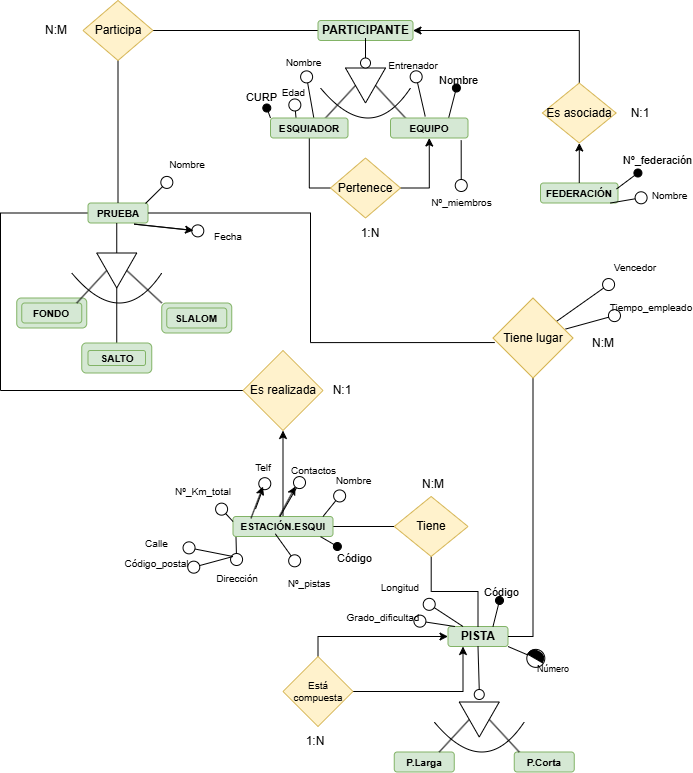
The draw.io diagram Data Base/OlimpiadasDeInvierno.drawio.png in Samue45/1-DAM, before a commit. Source tidied: cells renumbered, new cells last; positions are measured from the earlier drawing's top-left corner, leaving out a move shared by most shapes.
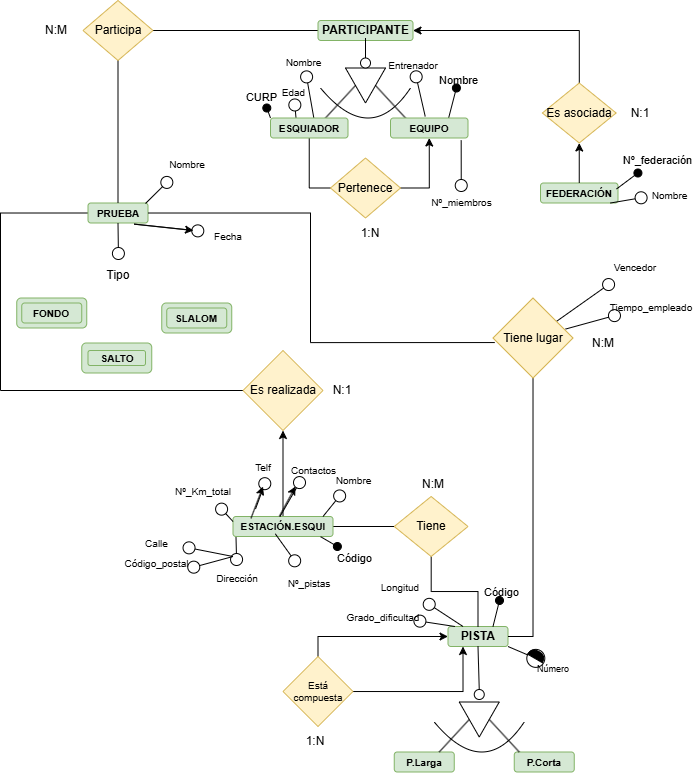
Above is the later version.

What changed in the source:
```diff
@@ -32,17 +32,6 @@
     <mxCell id="11" value="&lt;b&gt;FONDO&lt;/b&gt;" style="rounded=1;whiteSpace=wrap;html=1;fillColor=#d5e8d4;strokeColor=#82b366;fontSize=10;" parent="1" vertex="1">
       <mxGeometry x="21.2" y="302.5" width="60" height="20" as="geometry" />
     </mxCell>
-    <mxCell id="12" style="edgeStyle=orthogonalEdgeStyle;rounded=0;jettySize=auto;html=1;entryX=0.5;entryY=0;entryDx=0;entryDy=0;endArrow=none;endFill=0;" parent="1" edge="1" source="13" target="20">
-      <mxGeometry relative="1" as="geometry" />
-    </mxCell>
-    <mxCell id="13" style="triangle;whiteSpace=wrap;html=1;rotation=90;fontSize=11;" parent="1" vertex="1">
-      <mxGeometry x="98.8" y="250" width="35" height="40" as="geometry" />
-    </mxCell>
-    <mxCell id="14" style="endArrow=none;html=1;rounded=0;fontSize=11;entryX=0.5;entryY=1;entryDx=0;entryDy=0;" parent="1" edge="1" target="13">
-      <mxGeometry relative="1" as="geometry">
-        <mxPoint x="76.2" y="302.5" as="sourcePoint" />
-      </mxGeometry>
-    </mxCell>
     <mxCell id="15" style="edgeStyle=orthogonalEdgeStyle;rounded=0;jettySize=auto;html=1;entryX=0;entryY=0.5;entryDx=0;entryDy=0;endArrow=none;endFill=0;exitX=0;exitY=0.5;exitDx=0;exitDy=0;" parent="1" edge="1" source="16" target="107">
       <mxGeometry relative="1" as="geometry">
         <Array as="points">
@@ -55,23 +44,6 @@
     <mxCell id="16" value="&lt;b style=&quot;font-size: 10px;&quot;&gt;PRUEBA&lt;/b&gt;" style="rounded=1;whiteSpace=wrap;html=1;fillColor=#d5e8d4;strokeColor=#82b366;" parent="1" vertex="1">
       <mxGeometry x="87.5" y="202.5" width="60" height="20" as="geometry" />
     </mxCell>
-    <mxCell id="17" style="endArrow=none;html=1;rounded=0;exitX=0;exitY=0.5;exitDx=0;exitDy=0;" parent="1" edge="1" source="13">
-      <mxGeometry relative="1" as="geometry">
-        <mxPoint x="116.2" y="222.5" as="targetPoint" />
-      </mxGeometry>
-    </mxCell>
-    <mxCell id="18" style="endArrow=none;html=1;rounded=0;curved=1;fontSize=10;" parent="1" edge="1">
-      <mxGeometry relative="1" as="geometry">
-        <mxPoint x="71.2" y="272.5" as="sourcePoint" />
-        <mxPoint x="161.2" y="272.5" as="targetPoint" />
-        <Array as="points">
-          <mxPoint x="121.2" y="332.5" />
-        </Array>
-      </mxGeometry>
-    </mxCell>
-    <mxCell id="19" style="endArrow=none;html=1;rounded=0;exitX=0.5;exitY=0;exitDx=0;exitDy=0;entryX=0;entryY=0;entryDx=0;entryDy=0;" parent="1" edge="1" source="13" target="21">
-      <mxGeometry relative="1" as="geometry" />
-    </mxCell>
     <mxCell id="20" style="rounded=1;whiteSpace=wrap;html=1;fillColor=#d5e8d4;strokeColor=#82b366;fontSize=10;" parent="1" vertex="1">
       <mxGeometry x="81.2" y="342.5" width="70" height="30" as="geometry" />
     </mxCell>
@@ -428,5 +400,13 @@
     <mxCell id="117" value="&lt;font style=&quot;font-size: 10px;&quot;&gt;Nombre&lt;/font&gt;" style="text;html=1;align=center;verticalAlign=middle;whiteSpace=wrap;rounded=0;fontSize=16;" parent="1" vertex="1">
       <mxGeometry x="156.5" y="147" width="60" height="30" as="geometry" />
     </mxCell>
+    <mxCell id="118" style="endArrow=circle;html=1;rounded=0;fontSize=8;startSize=6;endSize=5;curved=1;endFill=0;exitX=0.5;exitY=1;exitDx=0;exitDy=0;" parent="1" edge="1" source="16">
+      <mxGeometry relative="1" as="geometry">
+        <mxPoint x="118" y="260" as="targetPoint" />
+      </mxGeometry>
+    </mxCell>
+    <mxCell id="119" value="Tipo" style="text;html=1;align=center;verticalAlign=middle;whiteSpace=wrap;rounded=0;" parent="1" vertex="1">
+      <mxGeometry x="87.5" y="260" width="60" height="30" as="geometry" />
+    </mxCell>
   </root>
 </mxGraphModel>
```
